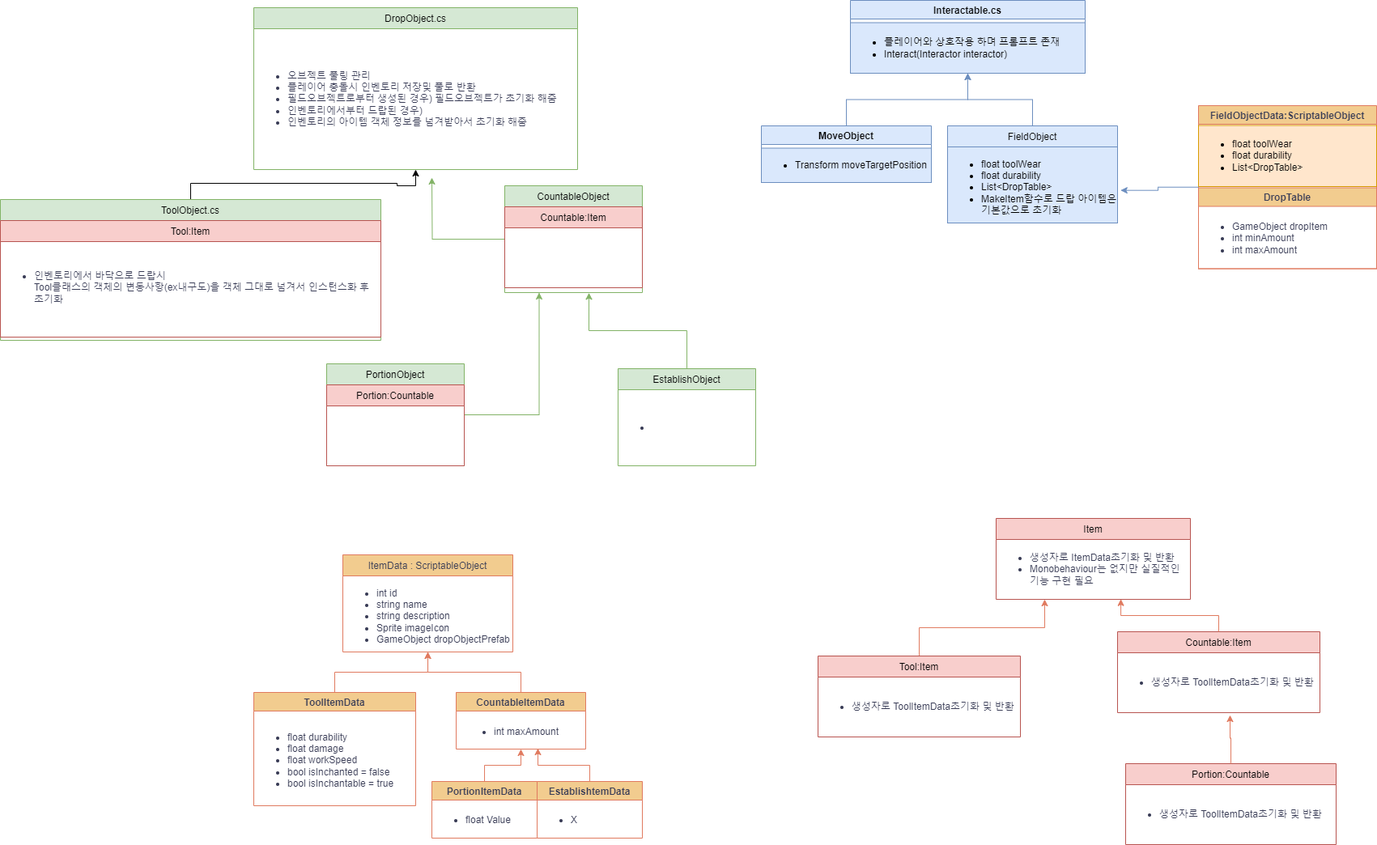
hae-seung/ddolking keeps this draw.io diagram as 제목 없는 다이어그램.drawio.png. Above is the earlier version. Source tidied: cells renumbered, new cells last; positions are measured from the earlier drawing's top-left corner, leaving out a move shared by most shapes.
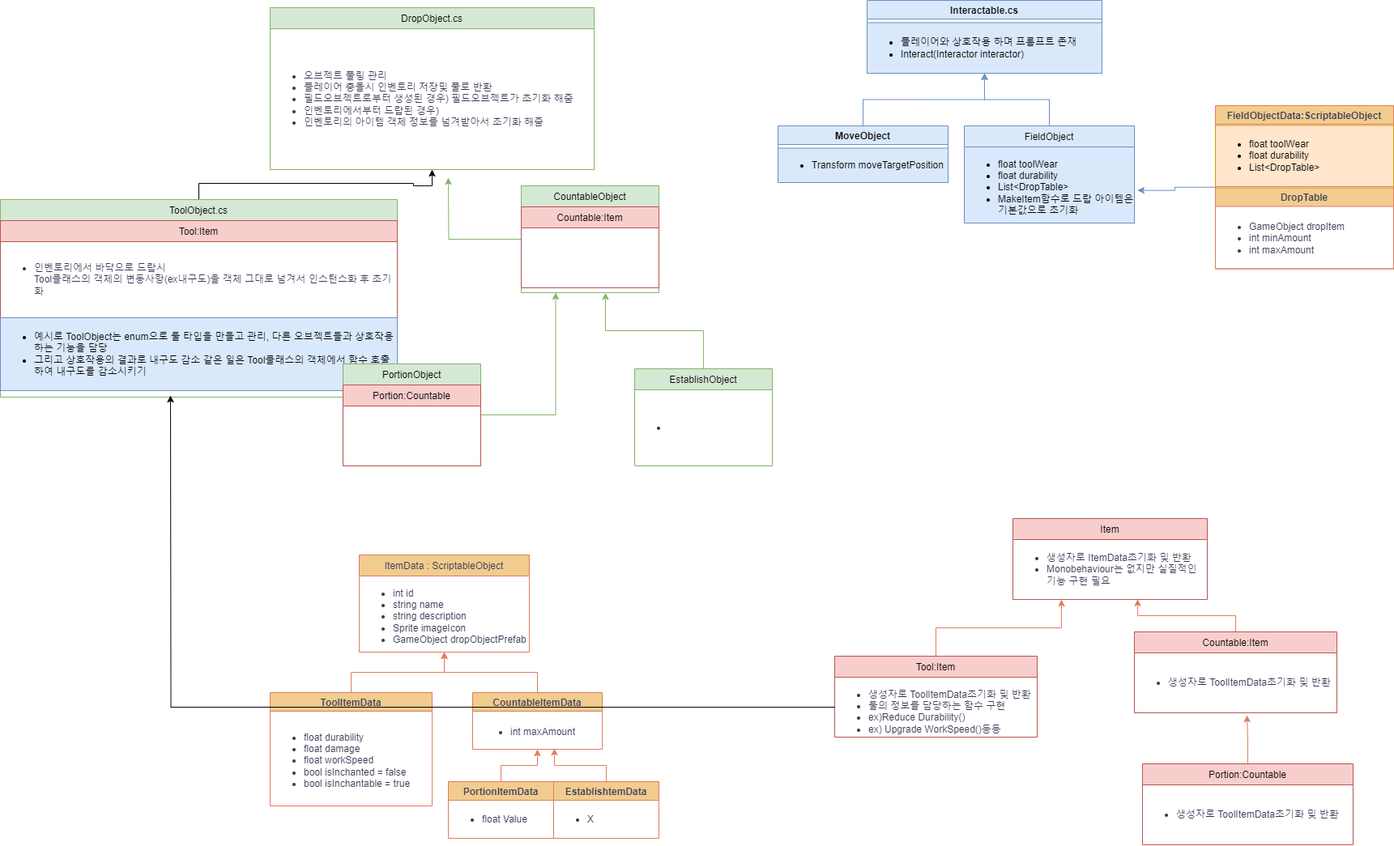
After the change.

Commit message:
제목 없는 다이어그램.drawio.png 업데이트

The edit, as a diff of the source:
```diff
@@ -87,14 +87,17 @@
       <mxGeometry relative="1" as="geometry" />
     </mxCell>
     <mxCell id="30" value="ToolObject.cs" style="swimlane;fontStyle=0;align=center;verticalAlign=top;horizontal=1;startSize=26;rounded=0;shadow=0;strokeWidth=1;labelBackgroundColor=none;fillColor=#d5e8d4;strokeColor=#82b366;" parent="1" vertex="1">
-      <mxGeometry y="246" width="470" height="174" as="geometry" />
+      <mxGeometry x="-20" y="246" width="490" height="244" as="geometry" />
     </mxCell>
     <mxCell id="31" value="Tool:Item" style="swimlane;fontStyle=0;align=center;verticalAlign=top;horizontal=1;startSize=26;rounded=0;shadow=0;strokeWidth=1;labelBackgroundColor=none;fillColor=#f8cecc;strokeColor=#b85450;" parent="30" vertex="1">
-      <mxGeometry y="26" width="470" height="144" as="geometry" />
+      <mxGeometry y="26" width="490" height="120" as="geometry" />
     </mxCell>
     <mxCell id="32" value="&lt;ul&gt;&lt;li&gt;인벤토리에서 바닥으로 드랍시&lt;br&gt;Tool클래스의 객체의 변동사항(ex내구도)을 객체 그대로 넘겨서 인스턴스화 후 초기화&lt;/li&gt;&lt;/ul&gt;" style="text;strokeColor=none;fillColor=none;html=1;whiteSpace=wrap;verticalAlign=middle;overflow=hidden;fontColor=#393C56;" parent="31" vertex="1">
-      <mxGeometry y="26" width="470" height="114" as="geometry" />
+      <mxGeometry y="26" width="490" height="94" as="geometry" />
     </mxCell>
+    <mxCell id="57" value="&lt;ul&gt;&lt;li&gt;예시로 ToolObject는 enum으로 툴 타입을 만들고 관리, 다른 오브젝트들과 상호작용 하는 기능을 담당&lt;/li&gt;&lt;li&gt;그리고 상호작용의 결과로 내구도 감소 같은 일은 Tool클래스의 객체에서 함수 호출하여 내구도를 감소시키기&lt;/li&gt;&lt;/ul&gt;" style="text;strokeColor=#6c8ebf;fillColor=#dae8fc;html=1;whiteSpace=wrap;verticalAlign=middle;overflow=hidden;" parent="30" vertex="1">
+      <mxGeometry y="146" width="490" height="90" as="geometry" />
+    </mxCell>
     <mxCell id="33" value="EstablishtemData" style="swimlane;strokeColor=#E07A5F;fontColor=#393C56;fillColor=#F2CC8F;startSize=23;" parent="1" vertex="1">
       <mxGeometry x="663" y="965" width="130" height="70" as="geometry" />
     </mxCell>
@@ -131,7 +134,12 @@
     <mxCell id="44" value="Tool:Item" style="swimlane;fontStyle=0;align=center;verticalAlign=top;horizontal=1;startSize=26;rounded=0;shadow=0;strokeWidth=1;labelBackgroundColor=none;fillColor=#f8cecc;strokeColor=#b85450;" parent="1" vertex="1">
       <mxGeometry x="1010" y="810" width="250" height="100" as="geometry" />
     </mxCell>
+    <mxCell id="58" style="edgeStyle=orthogonalEdgeStyle;rounded=0;jettySize=auto;html=1;" parent="44" edge="1" source="45">
+      <mxGeometry relative="1" as="geometry">
+        <mxPoint x="-820" y="-322" as="targetPoint" />
+      </mxGeometry>
+    </mxCell>
-    <mxCell id="45" value="&lt;ul&gt;&lt;li&gt;생성자로 ToolItemData초기화 및 반환&lt;/li&gt;&lt;/ul&gt;" style="text;strokeColor=none;fillColor=none;html=1;whiteSpace=wrap;verticalAlign=middle;overflow=hidden;fontColor=#393C56;" parent="44" vertex="1">
+    <mxCell id="45" value="&lt;ul&gt;&lt;li&gt;생성자로 ToolItemData초기화 및 반환&lt;/li&gt;&lt;li&gt;툴의 정보를 담당하는 함수 구현&lt;/li&gt;&lt;li&gt;ex)Reduce Durability()&amp;nbsp;&lt;/li&gt;&lt;li&gt;ex) Upgrade WorkSpeed()등등&lt;/li&gt;&lt;/ul&gt;" style="text;strokeColor=none;fillColor=none;html=1;whiteSpace=wrap;verticalAlign=middle;overflow=hidden;fontColor=#393C56;" parent="44" vertex="1">
       <mxGeometry y="26" width="250" height="74" as="geometry" />
     </mxCell>
     <mxCell id="46" value="Countable:Item" style="swimlane;fontStyle=0;align=center;verticalAlign=top;horizontal=1;startSize=26;rounded=0;shadow=0;strokeWidth=1;labelBackgroundColor=none;fillColor=#f8cecc;strokeColor=#b85450;" parent="1" vertex="1">
```
